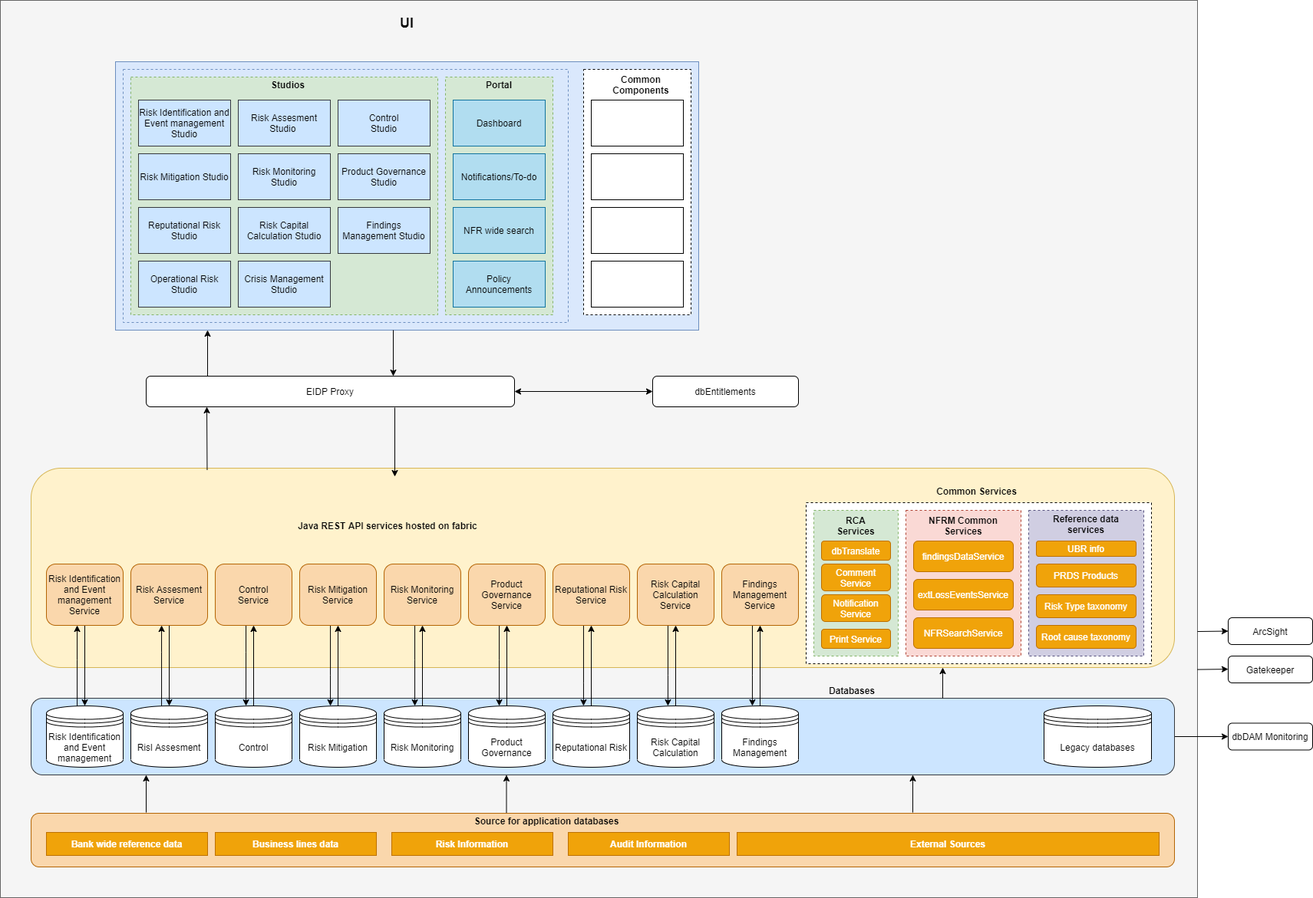
Before: dbfuse/technical architecture.png, a diagram exported from draw.io (kothawaderupesh/draw.io-diagrams). Source tidied: cells renumbered, new cells last; positions are measured from the earlier drawing's top-left corner, leaving out a move shared by most shapes.
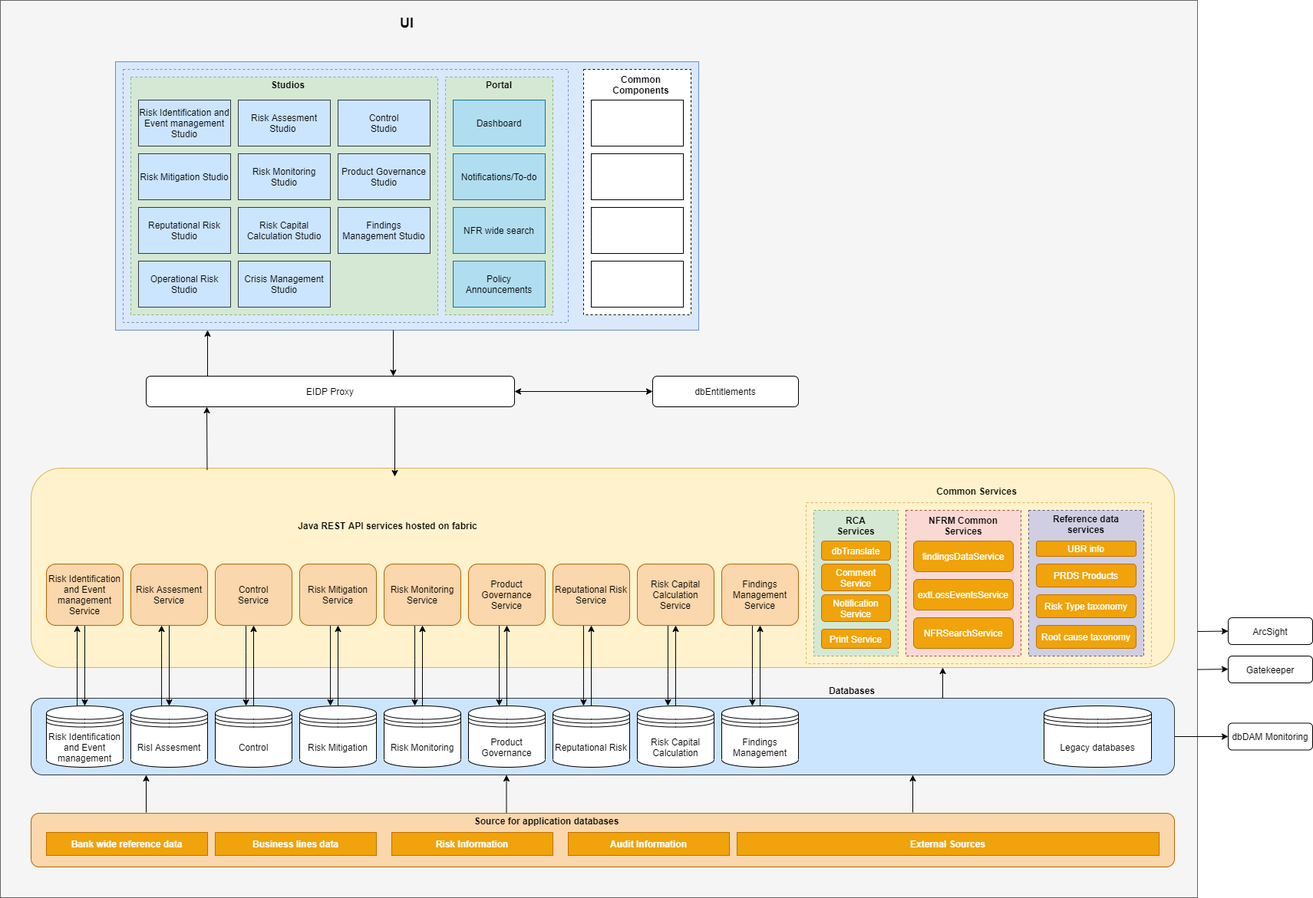
The same file after the commit.

Diff of the diagram source:
```diff
@@ -14,7 +14,7 @@
     <mxCell id="5" style="rounded=1;whiteSpace=wrap;html=1;horizontal=1;fillColor=#fff2cc;strokeColor=#d6b656;" parent="1" vertex="1">
       <mxGeometry x="40" y="610" width="1490" height="260" as="geometry" />
     </mxCell>
-    <mxCell id="6" style="rounded=0;whiteSpace=wrap;html=1;dashed=1;" parent="1" vertex="1">
+    <mxCell id="6" style="rounded=0;whiteSpace=wrap;html=1;dashed=1;fillColor=#fff2cc;strokeColor=#d6b656;" parent="1" vertex="1">
       <mxGeometry x="1050" y="655" width="450" height="210" as="geometry" />
     </mxCell>
     <mxCell id="7" style="rounded=1;whiteSpace=wrap;html=1;fillColor=#fad7ac;strokeColor=#b46504;" parent="1" vertex="1">
```
